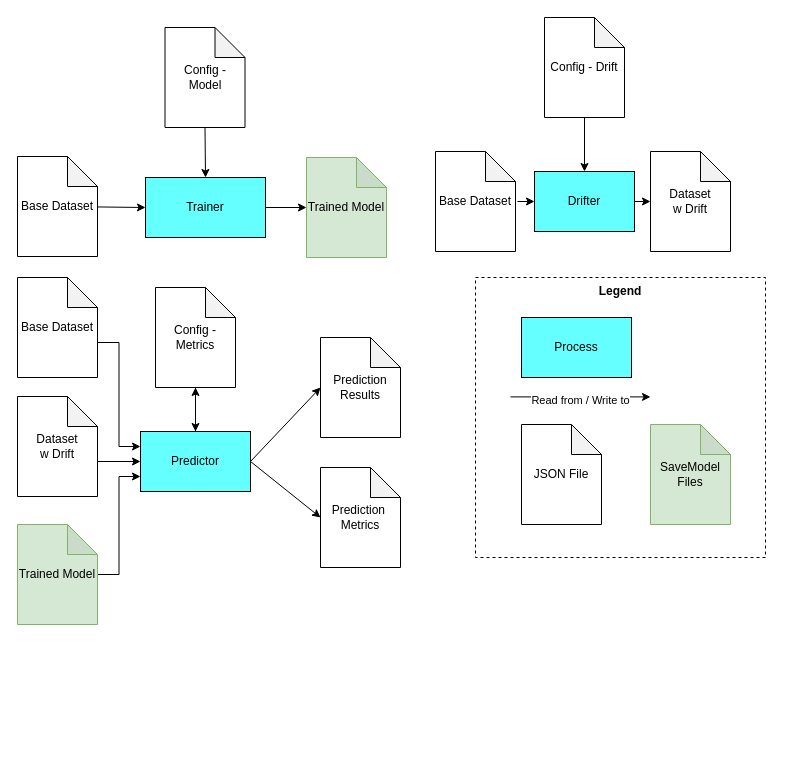
Above: page "Dynamic" (1 of 2) of diagrams/Augur Test Harness.drawio in cmu-sei/augur-code (draw.io), before the change. Source tidied: cells renumbered, new cells numbered last; positions are measured from the earlier drawing's top-left corner, leaving out a move shared by most shapes. Both pictures are drawn from the tidied source at 100%, with x=0, y=0 at pixel (17, 17).
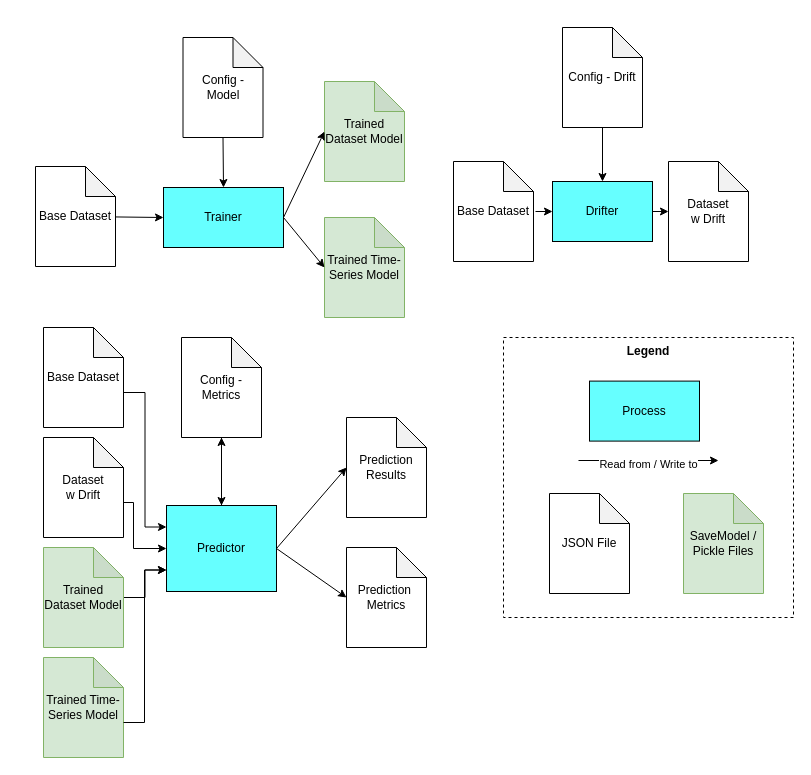
Above is the later version.

What changed in the source:
```diff
@@
     <mxCell id="2" value="Legend" style="rounded=0;whiteSpace=wrap;html=1;fillColor=none;dashed=1;verticalAlign=top;fontStyle=1;" parent="1" vertex="1">
-      <mxGeometry x="458" y="260" width="290" height="280" as="geometry" />
+      <mxGeometry x="486" y="320" width="290" height="280" as="geometry" />
     </mxCell>
     <mxCell id="3" value="Trainer" style="rounded=0;whiteSpace=wrap;html=1;fillColor=#66FFFF;" parent="1" vertex="1">
-      <mxGeometry x="128" y="160" width="120" height="60" as="geometry" />
+      <mxGeometry x="146" y="170" width="120" height="60" as="geometry" />
     </mxCell>
     <mxCell id="4" value="Base Dataset" style="shape=note;whiteSpace=wrap;html=1;backgroundOutline=1;darkOpacity=0.05;" parent="1" vertex="1">
-      <mxGeometry y="139" width="80" height="100" as="geometry" />
+      <mxGeometry x="18" y="149" width="80" height="100" as="geometry" />
     </mxCell>
@@
-    <mxCell id="7" value="Trained Model" style="shape=note;whiteSpace=wrap;html=1;backgroundOutline=1;darkOpacity=0.05;fillColor=#d5e8d4;strokeColor=#82b366;" parent="1" vertex="1">
-      <mxGeometry x="289" y="140" width="80" height="100" as="geometry" />
+    <mxCell id="7" value="Trained Dataset Model" style="shape=note;whiteSpace=wrap;html=1;backgroundOutline=1;darkOpacity=0.05;fillColor=#d5e8d4;strokeColor=#82b366;" parent="1" vertex="1">
+      <mxGeometry x="307" y="64" width="80" height="100" as="geometry" />
     </mxCell>
@@
     <mxCell id="9" value="Drifter" style="rounded=0;whiteSpace=wrap;html=1;fillColor=#66FFFF;" parent="1" vertex="1">
-      <mxGeometry x="517" y="154" width="100" height="60" as="geometry" />
+      <mxGeometry x="535" y="164" width="100" height="60" as="geometry" />
     </mxCell>
     <mxCell id="10" value="Base Dataset" style="shape=note;whiteSpace=wrap;html=1;backgroundOutline=1;darkOpacity=0.05;" parent="1" vertex="1">
-      <mxGeometry x="418" y="134" width="80" height="100" as="geometry" />
+      <mxGeometry x="436" y="144" width="80" height="100" as="geometry" />
     </mxCell>
@@
     <mxCell id="12" value="Dataset&lt;br&gt;w Drift" style="shape=note;whiteSpace=wrap;html=1;backgroundOutline=1;darkOpacity=0.05;" parent="1" vertex="1">
-      <mxGeometry x="633" y="134" width="80" height="100" as="geometry" />
+      <mxGeometry x="651" y="144" width="80" height="100" as="geometry" />
     </mxCell>
@@
     <mxCell id="14" value="Config - Drift" style="shape=note;whiteSpace=wrap;html=1;backgroundOutline=1;darkOpacity=0.05;" parent="1" vertex="1">
-      <mxGeometry x="527" width="80" height="100" as="geometry" />
+      <mxGeometry x="545" y="10" width="80" height="100" as="geometry" />
     </mxCell>
@@
     <mxCell id="16" value="Prediction&amp;nbsp; Metrics" style="shape=note;whiteSpace=wrap;html=1;backgroundOutline=1;darkOpacity=0.05;" parent="1" vertex="1">
-      <mxGeometry x="303" y="450" width="80" height="100" as="geometry" />
+      <mxGeometry x="329" y="530" width="80" height="100" as="geometry" />
     </mxCell>
@@
     <mxCell id="19" value="Predictor" style="rounded=0;whiteSpace=wrap;html=1;fillColor=#66FFFF;" parent="1" vertex="1">
-      <mxGeometry x="123" y="414" width="110" height="60" as="geometry" />
+      <mxGeometry x="149" y="488" width="110" height="86" as="geometry" />
     </mxCell>
     <mxCell id="20" value="Config - Metrics" style="shape=note;whiteSpace=wrap;html=1;backgroundOutline=1;darkOpacity=0.05;" parent="1" vertex="1">
-      <mxGeometry x="138" y="270" width="80" height="100" as="geometry" />
+      <mxGeometry x="164" y="320" width="80" height="100" as="geometry" />
     </mxCell>
@@
-    <mxCell id="23" value="Trained Model" style="shape=note;whiteSpace=wrap;html=1;backgroundOutline=1;darkOpacity=0.05;fillColor=#d5e8d4;strokeColor=#82b366;" parent="1" vertex="1">
-      <mxGeometry y="507" width="80" height="100" as="geometry" />
+    <mxCell id="23" value="Trained Dataset Model" style="shape=note;whiteSpace=wrap;html=1;backgroundOutline=1;darkOpacity=0.05;fillColor=#d5e8d4;strokeColor=#82b366;" parent="1" vertex="1">
+      <mxGeometry x="26" y="530" width="80" height="100" as="geometry" />
     </mxCell>
-    <mxCell id="24" style="edgeStyle=orthogonalEdgeStyle;rounded=0;jettySize=auto;html=1;exitX=0;exitY=0;exitDx=80;exitDy=65;exitPerimeter=0;" parent="1" edge="1" source="25" target="19">
-      <mxGeometry relative="1" as="geometry" />
+    <mxCell id="24" style="edgeStyle=orthogonalEdgeStyle;rounded=0;jettySize=auto;html=1;exitX=0;exitY=0;exitDx=80;exitDy=65;exitPerimeter=0;entryX=0;entryY=0.5;entryDx=0;entryDy=0;" parent="1" edge="1" source="25" target="19">
+      <mxGeometry relative="1" as="geometry">
+        <Array as="points">
+          <mxPoint x="116" y="485" />
+          <mxPoint x="116" y="531" />
+        </Array>
+      </mxGeometry>
     </mxCell>
     <mxCell id="25" value="Dataset&lt;br&gt;w Drift" style="shape=note;whiteSpace=wrap;html=1;backgroundOutline=1;darkOpacity=0.05;" parent="1" vertex="1">
-      <mxGeometry y="379" width="80" height="100" as="geometry" />
+      <mxGeometry x="26" y="420" width="80" height="100" as="geometry" />
     </mxCell>
     <mxCell id="26" value="Config - Model" style="shape=note;whiteSpace=wrap;html=1;backgroundOutline=1;darkOpacity=0.05;" parent="1" vertex="1">
-      <mxGeometry x="147.5" y="10" width="80" height="100" as="geometry" />
+      <mxGeometry x="165.5" y="20" width="80" height="100" as="geometry" />
     </mxCell>
     <mxCell id="27" value="Process" style="rounded=0;whiteSpace=wrap;html=1;fillColor=#66FFFF;" parent="1" vertex="1">
-      <mxGeometry x="504" y="300" width="110" height="60" as="geometry" />
+      <mxGeometry x="572" y="363.6" width="110" height="60" as="geometry" />
     </mxCell>
     <mxCell id="28" value="JSON File" style="shape=note;whiteSpace=wrap;html=1;backgroundOutline=1;darkOpacity=0.05;" parent="1" vertex="1">
-      <mxGeometry x="504" y="407" width="80" height="100" as="geometry" />
+      <mxGeometry x="532" y="476" width="80" height="100" as="geometry" />
     </mxCell>
     <mxCell id="29" style="endArrow=classic;html=1;" parent="1" edge="1">
       <mxGeometry relative="1" as="geometry">
-        <mxPoint x="493" y="379.4" as="sourcePoint" />
-        <mxPoint x="633" y="379.4" as="targetPoint" />
+        <mxPoint x="561" y="443" as="sourcePoint" />
+        <mxPoint x="701" y="443" as="targetPoint" />
       </mxGeometry>
     </mxCell>
@@
     <mxCell id="31" value="Prediction Results" style="shape=note;whiteSpace=wrap;html=1;backgroundOutline=1;darkOpacity=0.05;" parent="1" vertex="1">
-      <mxGeometry x="303" y="320" width="80" height="100" as="geometry" />
+      <mxGeometry x="329" y="400" width="80" height="100" as="geometry" />
     </mxCell>
@@
-    <mxCell id="33" value="SaveModel Files" style="shape=note;whiteSpace=wrap;html=1;backgroundOutline=1;darkOpacity=0.05;fillColor=#d5e8d4;strokeColor=#82b366;" parent="1" vertex="1">
-      <mxGeometry x="633" y="407" width="80" height="100" as="geometry" />
+    <mxCell id="33" value="SaveModel / Pickle Files" style="shape=note;whiteSpace=wrap;html=1;backgroundOutline=1;darkOpacity=0.05;fillColor=#d5e8d4;strokeColor=#82b366;" parent="1" vertex="1">
+      <mxGeometry x="666" y="476" width="80" height="100" as="geometry" />
     </mxCell>
     <mxCell id="34" value="Base Dataset" style="shape=note;whiteSpace=wrap;html=1;backgroundOutline=1;darkOpacity=0.05;" parent="1" vertex="1">
-      <mxGeometry y="260" width="80" height="100" as="geometry" />
+      <mxGeometry x="26" y="310" width="80" height="100" as="geometry" />
     </mxCell>
@@
+    <mxCell id="36" value="Trained Time-Series Model" style="shape=note;whiteSpace=wrap;html=1;backgroundOutline=1;darkOpacity=0.05;fillColor=#d5e8d4;strokeColor=#82b366;" parent="1" vertex="1">
+      <mxGeometry x="307" y="200" width="80" height="100" as="geometry" />
+    </mxCell>
+    <mxCell id="37" style="endArrow=classic;html=1;entryX=0;entryY=0.5;entryDx=0;entryDy=0;entryPerimeter=0;" parent="1" edge="1" target="36">
+      <mxGeometry relative="1" as="geometry">
+        <mxPoint x="266" y="200" as="sourcePoint" />
+      </mxGeometry>
+    </mxCell>
+    <mxCell id="38" value="Trained Time-Series Model" style="shape=note;whiteSpace=wrap;html=1;backgroundOutline=1;darkOpacity=0.05;fillColor=#d5e8d4;strokeColor=#82b366;" parent="1" vertex="1">
+      <mxGeometry x="26" y="640" width="80" height="100" as="geometry" />
+    </mxCell>
+    <mxCell id="39" style="edgeStyle=orthogonalEdgeStyle;rounded=0;jettySize=auto;html=1;entryX=0;entryY=0.75;entryDx=0;entryDy=0;exitX=0;exitY=0;exitDx=80;exitDy=65;exitPerimeter=0;" parent="1" edge="1" source="38" target="19">
+      <mxGeometry relative="1" as="geometry">
+        <Array as="points">
+          <mxPoint x="127" y="705" />
+          <mxPoint x="127" y="552" />
+        </Array>
+      </mxGeometry>
+    </mxCell>
```
